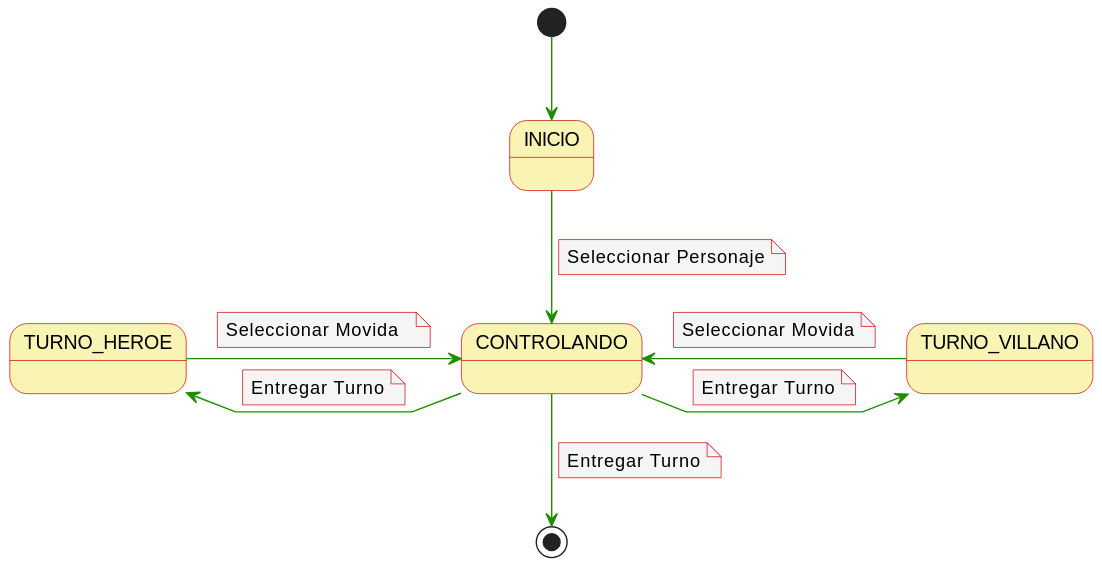
Earlier version of the PlantUML export images/CDUs/DiagramaContexto.svg (mmasias/23-24-IdSw2-SDD).
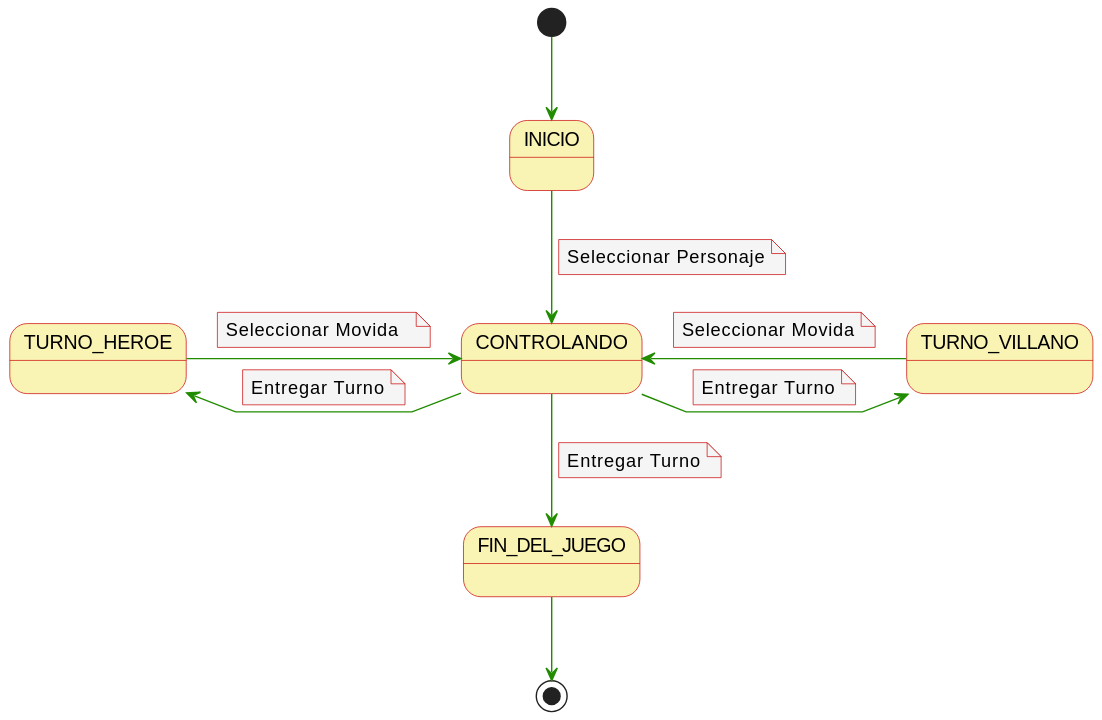
After the commit.

Commit message:
Ajustes Diagrama Contexto

What changed in the source:
```diff
@@ -34,8 +34,10 @@
   Seleccionar Movida
 end note
 
-CONTROLANDO --> [*]
+CONTROLANDO --> FIN_DEL_JUEGO
 note on link
   Entregar Turno
 end note
+
+FIN_DEL_JUEGO --> [*]
 @enduml
```
